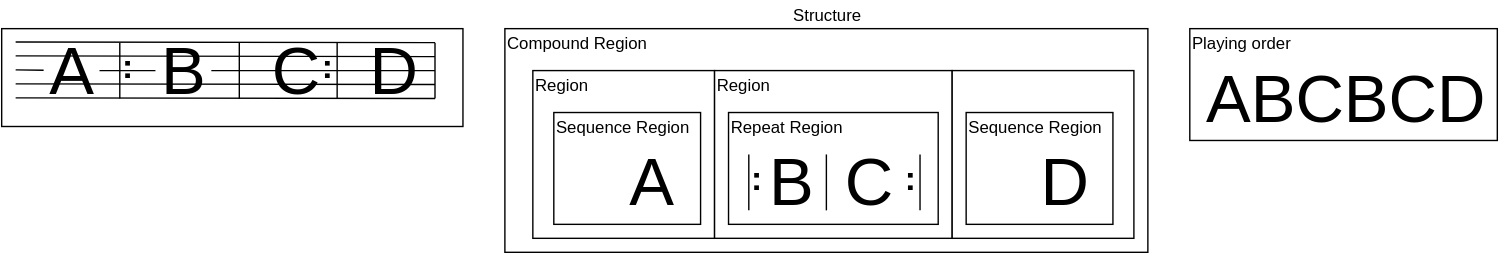
ruimo/klavier-core keeps this draw.io diagram as docs/repeat/example03.drawio.svg. Above is the earlier version. Source tidied: cells renumbered, new cells last; positions are measured from the earlier drawing's top-left corner, leaving out a move shared by most shapes.
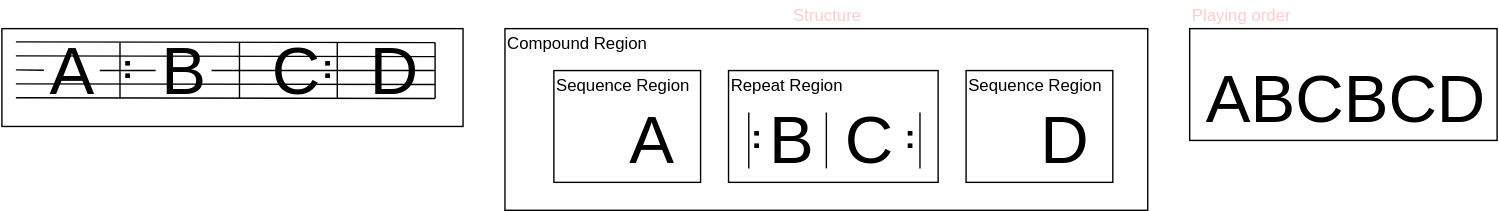
Later version of the same file.

Diff of the diagram source:
```diff
@@ -3,11 +3,8 @@
     <mxCell id="0" />
     <mxCell id="1" parent="0" />
     <mxCell id="2" style="rounded=0;whiteSpace=wrap;html=1;" parent="1" vertex="1">
-      <mxGeometry x="360" y="20" width="460" height="160" as="geometry" />
+      <mxGeometry x="360" y="20" width="460" height="130" as="geometry" />
     </mxCell>
-    <mxCell id="3" style="rounded=0;whiteSpace=wrap;html=1;" parent="1" vertex="1">
-      <mxGeometry x="380" y="50" width="130" height="120" as="geometry" />
-    </mxCell>
     <mxCell id="4" style="rounded=0;whiteSpace=wrap;html=1;" parent="1" vertex="1">
       <mxGeometry y="20" width="330" height="70" as="geometry" />
     </mxCell>
@@ -55,13 +52,13 @@
       </mxGeometry>
     </mxCell>
     <mxCell id="13" style="rounded=0;whiteSpace=wrap;html=1;" parent="1" vertex="1">
-      <mxGeometry x="395" y="80" width="105" height="80" as="geometry" />
+      <mxGeometry x="395" y="50" width="105" height="80" as="geometry" />
     </mxCell>
     <mxCell id="14" value="Sequence Region" style="text;html=1;strokeColor=none;fillColor=none;align=left;verticalAlign=middle;whiteSpace=wrap;rounded=0;" parent="1" vertex="1">
-      <mxGeometry x="395" y="80" width="105" height="20" as="geometry" />
+      <mxGeometry x="395" y="50" width="105" height="20" as="geometry" />
     </mxCell>
     <mxCell id="15" value="&lt;font style=&quot;font-size: 48px&quot;&gt;A&lt;/font&gt;" style="text;html=1;strokeColor=none;fillColor=none;align=center;verticalAlign=middle;whiteSpace=wrap;rounded=0;" parent="1" vertex="1">
-      <mxGeometry x="445" y="120" width="40" height="20" as="geometry" />
+      <mxGeometry x="445" y="90" width="40" height="20" as="geometry" />
     </mxCell>
     <mxCell id="16" value="&lt;font style=&quot;font-size: 48px&quot;&gt;B&lt;/font&gt;" style="text;html=1;strokeColor=none;fillColor=none;align=center;verticalAlign=middle;whiteSpace=wrap;rounded=0;" parent="1" vertex="1">
       <mxGeometry x="110" y="40" width="40" height="20" as="geometry" />
@@ -69,9 +66,6 @@
     <mxCell id="17" value="Compound Region" style="text;html=1;strokeColor=none;fillColor=none;align=left;verticalAlign=middle;whiteSpace=wrap;rounded=0;" parent="1" vertex="1">
       <mxGeometry x="360" y="20" width="200" height="20" as="geometry" />
     </mxCell>
-    <mxCell id="18" value="Region" style="text;html=1;strokeColor=none;fillColor=none;align=left;verticalAlign=middle;whiteSpace=wrap;rounded=0;" parent="1" vertex="1">
-      <mxGeometry x="380" y="50" width="150" height="20" as="geometry" />
-    </mxCell>
     <mxCell id="19" value="&lt;font style=&quot;font-size: 48px&quot;&gt;C&lt;/font&gt;" style="text;html=1;strokeColor=none;fillColor=none;align=center;verticalAlign=middle;whiteSpace=wrap;rounded=0;" parent="1" vertex="1">
       <mxGeometry x="190" y="40" width="40" height="20" as="geometry" />
     </mxCell>
@@ -84,23 +78,17 @@
         <mxPoint x="310" y="30" as="targetPoint" />
       </mxGeometry>
     </mxCell>
-    <mxCell id="22" style="rounded=0;whiteSpace=wrap;html=1;" parent="1" vertex="1">
-      <mxGeometry x="510" y="50" width="170" height="120" as="geometry" />
-    </mxCell>
     <mxCell id="23" style="rounded=0;whiteSpace=wrap;html=1;" parent="1" vertex="1">
-      <mxGeometry x="520" y="80" width="150" height="80" as="geometry" />
+      <mxGeometry x="520" y="50" width="150" height="80" as="geometry" />
     </mxCell>
     <mxCell id="24" value="&lt;font style=&quot;font-size: 48px&quot;&gt;B&lt;/font&gt;" style="text;html=1;strokeColor=none;fillColor=none;align=center;verticalAlign=middle;whiteSpace=wrap;rounded=0;" parent="1" vertex="1">
-      <mxGeometry x="545" y="120" width="40" height="20" as="geometry" />
+      <mxGeometry x="545" y="90" width="40" height="20" as="geometry" />
     </mxCell>
-    <mxCell id="25" value="Region" style="text;html=1;strokeColor=none;fillColor=none;align=left;verticalAlign=middle;whiteSpace=wrap;rounded=0;" parent="1" vertex="1">
-      <mxGeometry x="510" y="50" width="150" height="20" as="geometry" />
-    </mxCell>
     <mxCell id="26" value="Repeat Region" style="text;html=1;strokeColor=none;fillColor=none;align=left;verticalAlign=middle;whiteSpace=wrap;rounded=0;" parent="1" vertex="1">
-      <mxGeometry x="520" y="80" width="105" height="20" as="geometry" />
+      <mxGeometry x="520" y="50" width="105" height="20" as="geometry" />
     </mxCell>
     <mxCell id="27" style="group;" parent="1" vertex="1">
-      <mxGeometry x="520" y="110" width="40" height="40" as="geometry" />
+      <mxGeometry x="520" y="80" width="40" height="40" as="geometry" />
     </mxCell>
     <mxCell id="28" style="endArrow=none;html=1;" parent="27" edge="1">
       <mxGeometry relative="1" as="geometry">
@@ -128,12 +116,12 @@
     </mxCell>
     <mxCell id="34" style="endArrow=none;html=1;" parent="1" edge="1">
       <mxGeometry relative="1" as="geometry">
-        <mxPoint x="590" y="150" as="sourcePoint" />
-        <mxPoint x="590" y="110" as="targetPoint" />
+        <mxPoint x="590" y="120" as="sourcePoint" />
+        <mxPoint x="590" y="80" as="targetPoint" />
       </mxGeometry>
     </mxCell>
     <mxCell id="35" value="&lt;span style=&quot;font-size: 48px&quot;&gt;C&lt;/span&gt;" style="text;html=1;strokeColor=none;fillColor=none;align=center;verticalAlign=middle;whiteSpace=wrap;rounded=0;" parent="1" vertex="1">
-      <mxGeometry x="600" y="120" width="40" height="20" as="geometry" />
+      <mxGeometry x="600" y="90" width="40" height="20" as="geometry" />
     </mxCell>
     <mxCell id="36" style="group;" parent="1" vertex="1">
       <mxGeometry x="213" y="30" width="40" height="40" as="geometry" />
@@ -154,7 +142,7 @@
       <mxGeometry y="7" width="40" height="20" as="geometry" />
     </mxCell>
     <mxCell id="41" style="group;" parent="1" vertex="1">
-      <mxGeometry x="630" y="110" width="40" height="40" as="geometry" />
+      <mxGeometry x="630" y="80" width="40" height="40" as="geometry" />
     </mxCell>
     <mxCell id="42" style="group;" parent="41" vertex="1">
       <mxGeometry width="40" height="40" as="geometry" />
@@ -171,28 +159,25 @@
     <mxCell id="45" value="&lt;font style=&quot;font-size: 24px&quot;&gt;&lt;b&gt;:&lt;/b&gt;&lt;/font&gt;" style="text;html=1;strokeColor=none;fillColor=none;align=center;verticalAlign=middle;whiteSpace=wrap;rounded=0;rotation=0;" parent="43" vertex="1">
       <mxGeometry y="7" width="40" height="20" as="geometry" />
     </mxCell>
-    <mxCell id="46" style="rounded=0;whiteSpace=wrap;html=1;" parent="1" vertex="1">
-      <mxGeometry x="680" y="50" width="130" height="120" as="geometry" />
-    </mxCell>
     <mxCell id="47" style="rounded=0;whiteSpace=wrap;html=1;" parent="1" vertex="1">
-      <mxGeometry x="690" y="80" width="105" height="80" as="geometry" />
+      <mxGeometry x="690" y="50" width="105" height="80" as="geometry" />
     </mxCell>
     <mxCell id="48" value="Sequence Region" style="text;html=1;strokeColor=none;fillColor=none;align=left;verticalAlign=middle;whiteSpace=wrap;rounded=0;" parent="1" vertex="1">
-      <mxGeometry x="690" y="80" width="105" height="20" as="geometry" />
+      <mxGeometry x="690" y="50" width="105" height="20" as="geometry" />
     </mxCell>
     <mxCell id="49" value="&lt;font style=&quot;font-size: 48px&quot;&gt;D&lt;/font&gt;" style="text;html=1;strokeColor=none;fillColor=none;align=center;verticalAlign=middle;whiteSpace=wrap;rounded=0;" parent="1" vertex="1">
-      <mxGeometry x="740" y="120" width="40" height="20" as="geometry" />
+      <mxGeometry x="740" y="90" width="40" height="20" as="geometry" />
     </mxCell>
     <mxCell id="50" style="rounded=0;whiteSpace=wrap;html=1;" parent="1" vertex="1">
       <mxGeometry x="850" y="20" width="220" height="80" as="geometry" />
     </mxCell>
-    <mxCell id="51" value="Playing order" style="text;html=1;strokeColor=none;fillColor=none;align=left;verticalAlign=middle;whiteSpace=wrap;rounded=0;" parent="1" vertex="1">
-      <mxGeometry x="850" y="20" width="200" height="20" as="geometry" />
+    <mxCell id="51" value="Playing order" style="text;html=1;strokeColor=none;fillColor=none;align=left;verticalAlign=middle;whiteSpace=wrap;rounded=0;fontColor=#FFCCCC;" parent="1" vertex="1">
+      <mxGeometry x="850" width="200" height="20" as="geometry" />
     </mxCell>
     <mxCell id="52" value="&lt;font style=&quot;font-size: 48px&quot;&gt;ABCBCD&lt;/font&gt;" style="text;html=1;strokeColor=none;fillColor=none;align=left;verticalAlign=middle;whiteSpace=wrap;rounded=0;" parent="1" vertex="1">
       <mxGeometry x="860" y="60" width="40" height="20" as="geometry" />
     </mxCell>
-    <mxCell id="53" value="Structure" style="text;html=1;strokeColor=none;fillColor=none;align=center;verticalAlign=middle;whiteSpace=wrap;rounded=0;" parent="1" vertex="1">
+    <mxCell id="53" value="Structure" style="text;html=1;strokeColor=none;fillColor=none;align=center;verticalAlign=middle;whiteSpace=wrap;rounded=0;fontColor=#FFCCCC;" parent="1" vertex="1">
       <mxGeometry x="360" width="460" height="20" as="geometry" />
     </mxCell>
   </root>
```
